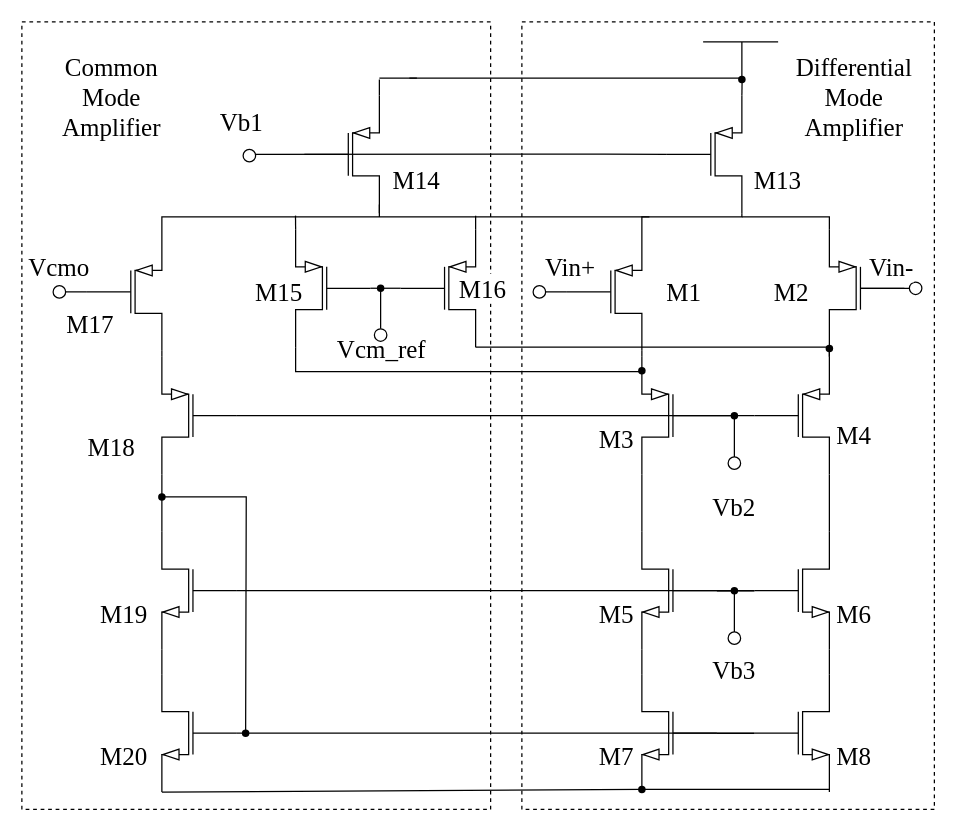
qaz741wsd856/drawi.io keeps this draw.io diagram as miller_cmfb.drawio. Above is the earlier version. Source tidied: cells renumbered, new cells numbered last; positions are measured from the earlier drawing's top-left corner, leaving out a move shared by most shapes. Both pictures are drawn from the tidied source at 125%, with x=0, y=0 at pixel (21, 21).
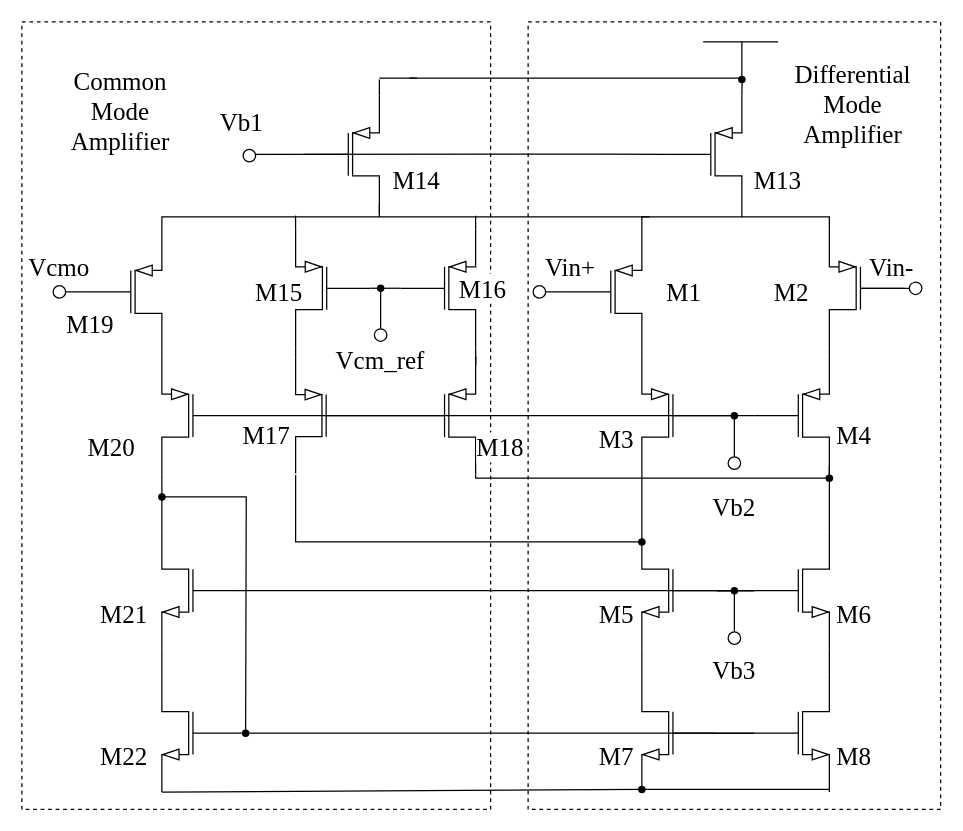
After the change.

Unchanged cells that the change refers to:
```xml
<mxCell id="18" style="verticalLabelPosition=bottom;shadow=0;dashed=0;align=center;html=1;verticalAlign=top;shape=mxgraph.electrical.transistors.pmos;flipV=0;flipH=1;" parent="1" vertex="1">
  <mxGeometry x="496" y="265" width="60" height="100" as="geometry" />
</mxCell>
<mxCell id="20" style="verticalLabelPosition=bottom;shadow=0;dashed=0;align=center;html=1;verticalAlign=top;shape=mxgraph.electrical.transistors.pmos;" parent="1" vertex="1">
  <mxGeometry x="586" y="265" width="60" height="100" as="geometry" />
</mxCell>
<mxCell id="90" style="verticalLabelPosition=bottom;shadow=0;dashed=0;align=center;html=1;verticalAlign=top;shape=mxgraph.electrical.transistors.pmos;" parent="1" vertex="1">
  <mxGeometry x="303" y="163.1" width="60" height="100" as="geometry" />
</mxCell>
<mxCell id="92" style="verticalLabelPosition=bottom;shadow=0;dashed=0;align=center;html=1;verticalAlign=top;shape=mxgraph.electrical.transistors.pmos;flipV=0;flipH=1;" parent="1" vertex="1">
  <mxGeometry x="219" y="163.1" width="60" height="100" as="geometry" />
</mxCell>
```

The edit, as a diff of the source:
```diff
@@
     <mxCell id="3" style="rounded=0;whiteSpace=wrap;html=1;fontFamily=Helvetica;fontSize=11;fontColor=default;labelBackgroundColor=default;fillColor=none;dashed=1;" parent="1" vertex="1">
-      <mxGeometry x="400" width="330" height="630" as="geometry" />
+      <mxGeometry x="405" width="330" height="630" as="geometry" />
     </mxCell>
@@
-    <mxCell id="37" style="edgeStyle=orthogonalEdgeStyle;shape=connector;rounded=0;jettySize=auto;html=1;exitX=1;exitY=1;exitDx=0;exitDy=0;exitPerimeter=0;entryDx=0;entryDy=0;entryPerimeter=0;strokeColor=default;align=center;verticalAlign=middle;fontFamily=Helvetica;fontSize=11;fontColor=default;labelBackgroundColor=default;endArrow=none;endFill=0;" parent="1" edge="1" source="20">
+    <mxCell id="37" style="edgeStyle=orthogonalEdgeStyle;shape=connector;rounded=0;jettySize=auto;html=1;exitDx=0;exitDy=0;exitPerimeter=0;entryDx=0;entryDy=0;entryPerimeter=0;strokeColor=default;align=center;verticalAlign=middle;fontFamily=Helvetica;fontSize=11;fontColor=default;labelBackgroundColor=default;endArrow=none;endFill=0;" parent="1" edge="1" source="119">
       <mxGeometry relative="1" as="geometry">
         <mxPoint x="646" y="380" as="targetPoint" />
       </mxGeometry>
     </mxCell>
@@
-    <mxCell id="80" value="M17" style="text;html=1;align=center;verticalAlign=middle;whiteSpace=wrap;rounded=0;fontFamily=Times New Roman;fontSize=20;fontColor=default;labelBackgroundColor=default;" parent="1" vertex="1">
+    <mxCell id="80" value="M19" style="text;html=1;align=center;verticalAlign=middle;whiteSpace=wrap;rounded=0;fontFamily=Times New Roman;fontSize=20;fontColor=default;labelBackgroundColor=default;" parent="1" vertex="1">
       <mxGeometry x="25" y="225.5" width="60" height="30" as="geometry" />
     </mxCell>
-    <mxCell id="81" value="M18" style="text;html=1;align=center;verticalAlign=middle;whiteSpace=wrap;rounded=0;fontFamily=Times New Roman;fontSize=20;fontColor=default;labelBackgroundColor=default;" parent="1" vertex="1">
+    <mxCell id="81" value="M20" style="text;html=1;align=center;verticalAlign=middle;whiteSpace=wrap;rounded=0;fontFamily=Times New Roman;fontSize=20;fontColor=default;labelBackgroundColor=default;" parent="1" vertex="1">
       <mxGeometry x="42" y="325" width="60" height="30" as="geometry" />
     </mxCell>
-    <mxCell id="82" value="M19" style="text;html=1;align=center;verticalAlign=middle;whiteSpace=wrap;rounded=0;fontFamily=Times New Roman;fontSize=20;fontColor=default;labelBackgroundColor=default;" parent="1" vertex="1">
+    <mxCell id="82" value="M21" style="text;html=1;align=center;verticalAlign=middle;whiteSpace=wrap;rounded=0;fontFamily=Times New Roman;fontSize=20;fontColor=default;labelBackgroundColor=default;" parent="1" vertex="1">
       <mxGeometry x="52" y="458" width="60" height="30" as="geometry" />
     </mxCell>
-    <mxCell id="83" value="M20" style="text;html=1;align=center;verticalAlign=middle;whiteSpace=wrap;rounded=0;fontFamily=Times New Roman;fontSize=20;fontColor=default;labelBackgroundColor=default;" parent="1" vertex="1">
+    <mxCell id="83" value="M22" style="text;html=1;align=center;verticalAlign=middle;whiteSpace=wrap;rounded=0;fontFamily=Times New Roman;fontSize=20;fontColor=default;labelBackgroundColor=default;" parent="1" vertex="1">
       <mxGeometry x="52" y="572" width="60" height="30" as="geometry" />
     </mxCell>
@@
+    <mxCell id="108" style="edgeStyle=orthogonalEdgeStyle;shape=connector;rounded=0;jettySize=auto;html=1;exitX=1;exitY=1;exitDx=0;exitDy=0;exitPerimeter=0;strokeColor=default;align=center;verticalAlign=middle;fontFamily=Helvetica;fontSize=11;fontColor=default;labelBackgroundColor=default;endArrow=none;endFill=0;" parent="1" edge="1" source="90">
+      <mxGeometry relative="1" as="geometry">
+        <mxPoint x="363.1" y="275" as="targetPoint" />
+      </mxGeometry>
+    </mxCell>
@@
-    <mxCell id="93" style="edgeStyle=orthogonalEdgeStyle;shape=connector;rounded=0;jettySize=auto;html=1;exitX=1;exitY=1;exitDx=0;exitDy=0;exitPerimeter=0;entryX=1;entryY=0;entryDx=0;entryDy=0;entryPerimeter=0;strokeColor=default;align=center;verticalAlign=middle;fontFamily=Helvetica;fontSize=11;fontColor=default;labelBackgroundColor=default;endArrow=none;endFill=0;" parent="1" edge="1" source="90" target="20">
-      <mxGeometry relative="1" as="geometry">
-        <Array as="points">
-          <mxPoint x="646" y="260" />
-        </Array>
-      </mxGeometry>
-    </mxCell>
-    <mxCell id="94" style="edgeStyle=orthogonalEdgeStyle;shape=connector;rounded=0;jettySize=auto;html=1;exitX=1;exitY=1;exitDx=0;exitDy=0;exitPerimeter=0;entryX=1.029;entryY=0.127;entryDx=0;entryDy=0;entryPerimeter=0;strokeColor=default;align=center;verticalAlign=middle;fontFamily=Helvetica;fontSize=11;fontColor=default;labelBackgroundColor=default;endArrow=none;endFill=0;" parent="1" edge="1" source="92" target="18">
-      <mxGeometry relative="1" as="geometry">
-        <Array as="points">
-          <mxPoint x="219" y="280" />
-        </Array>
-      </mxGeometry>
-    </mxCell>
-    <mxCell id="95" style="shape=waypoint;sketch=0;fillStyle=solid;size=6;fillColor=none;perimeter=centerPerimeter;fontFamily=Helvetica;fontSize=11;fontColor=default;labelBackgroundColor=default;" parent="1" vertex="1">
-      <mxGeometry x="486" y="269" width="20" height="20" as="geometry" />
-    </mxCell>
-    <mxCell id="96" style="shape=waypoint;sketch=0;fillStyle=solid;size=6;fillColor=none;perimeter=centerPerimeter;fontFamily=Helvetica;fontSize=11;fontColor=default;labelBackgroundColor=default;" parent="1" vertex="1">
-      <mxGeometry x="636" y="251.3" width="20" height="20" as="geometry" />
-    </mxCell>
@@
     <mxCell id="98" value="Vcm_ref" style="text;html=1;align=center;verticalAlign=middle;whiteSpace=wrap;rounded=0;fontFamily=Times New Roman;fontSize=20;fontColor=default;labelBackgroundColor=default;" parent="1" vertex="1">
-      <mxGeometry x="258" y="245.5" width="60" height="30" as="geometry" />
+      <mxGeometry x="241" y="255.5" width="92" height="29.5" as="geometry" />
     </mxCell>
@@
     <mxCell id="105" value="Differential Mode Amplifier" style="text;html=1;align=center;verticalAlign=middle;whiteSpace=wrap;rounded=0;fontFamily=Times New Roman;fontSize=20;fontColor=default;labelBackgroundColor=default;" parent="1" vertex="1">
-      <mxGeometry x="636" y="45" width="60" height="30" as="geometry" />
+      <mxGeometry x="610" y="25" width="110" height="80" as="geometry" />
     </mxCell>
     <mxCell id="106" value="Common Mode Amplifier" style="text;html=1;align=center;verticalAlign=middle;whiteSpace=wrap;rounded=0;fontFamily=Times New Roman;fontSize=20;fontColor=default;labelBackgroundColor=default;" parent="1" vertex="1">
-      <mxGeometry x="42" y="45" width="60" height="30" as="geometry" />
+      <mxGeometry x="25" y="31" width="108" height="80" as="geometry" />
     </mxCell>
@@
+    <mxCell id="109" style="edgeStyle=orthogonalEdgeStyle;shape=connector;rounded=0;orthogonalLoop=1;jettySize=auto;html=1;exitX=1;exitY=1;exitDx=0;exitDy=0;exitPerimeter=0;strokeColor=default;align=center;verticalAlign=middle;fontFamily=Helvetica;fontSize=11;fontColor=default;labelBackgroundColor=default;endArrow=none;endFill=0;entryX=0.999;entryY=0.077;entryDx=0;entryDy=0;entryPerimeter=0;" parent="1" edge="1">
+      <mxGeometry relative="1" as="geometry">
+        <mxPoint x="219" y="362.4" as="sourcePoint" />
+        <mxPoint x="496.1" y="416.1" as="targetPoint" />
+        <Array as="points">
+          <mxPoint x="219" y="416" />
+          <mxPoint x="495" y="416" />
+        </Array>
+      </mxGeometry>
+    </mxCell>
+    <mxCell id="110" style="verticalLabelPosition=bottom;shadow=0;dashed=0;align=center;html=1;verticalAlign=top;shape=mxgraph.electrical.transistors.pmos;flipV=0;flipH=1;" parent="1" vertex="1">
+      <mxGeometry x="219" y="265" width="59" height="100" as="geometry" />
+    </mxCell>
+    <mxCell id="111" style="edgeStyle=orthogonalEdgeStyle;shape=connector;rounded=0;jettySize=auto;html=1;strokeColor=default;align=center;verticalAlign=middle;fontFamily=Helvetica;fontSize=11;fontColor=default;labelBackgroundColor=default;endArrow=none;endFill=0;" parent="1" edge="1" source="113" target="110">
+      <mxGeometry relative="1" as="geometry" />
+    </mxCell>
+    <mxCell id="112" style="edgeStyle=orthogonalEdgeStyle;shape=connector;rounded=0;jettySize=auto;html=1;exitX=1;exitY=1;exitDx=0;exitDy=0;exitPerimeter=0;strokeColor=default;align=center;verticalAlign=middle;fontFamily=Helvetica;fontSize=11;fontColor=default;labelBackgroundColor=default;endArrow=none;endFill=0;" parent="1" edge="1" source="113">
+      <mxGeometry relative="1" as="geometry">
+        <mxPoint x="646" y="355" as="targetPoint" />
+        <Array as="points">
+          <mxPoint x="363" y="365" />
+          <mxPoint x="646" y="365" />
+        </Array>
+      </mxGeometry>
+    </mxCell>
+    <mxCell id="113" style="verticalLabelPosition=bottom;shadow=0;dashed=0;align=center;html=1;verticalAlign=top;shape=mxgraph.electrical.transistors.pmos;" parent="1" vertex="1">
+      <mxGeometry x="303" y="265" width="60" height="100" as="geometry" />
+    </mxCell>
+    <mxCell id="114" style="edgeStyle=orthogonalEdgeStyle;shape=connector;rounded=0;jettySize=auto;html=1;exitX=1;exitY=0;exitDx=0;exitDy=0;exitPerimeter=0;entryX=1;entryY=1;entryDx=0;entryDy=0;entryPerimeter=0;strokeColor=default;align=center;verticalAlign=middle;fontFamily=Helvetica;fontSize=11;fontColor=default;labelBackgroundColor=default;endArrow=none;endFill=0;" parent="1" edge="1" source="113">
+      <mxGeometry relative="1" as="geometry">
+        <mxPoint x="363" y="270" as="targetPoint" />
+      </mxGeometry>
+    </mxCell>
+    <mxCell id="115" value="M17" style="text;html=1;align=center;verticalAlign=middle;whiteSpace=wrap;rounded=0;fontFamily=Times New Roman;fontSize=20;fontColor=default;labelBackgroundColor=default;" parent="1" vertex="1">
+      <mxGeometry x="166" y="315" width="60" height="30" as="geometry" />
+    </mxCell>
+    <mxCell id="116" value="M18" style="text;html=1;align=center;verticalAlign=middle;whiteSpace=wrap;rounded=0;fontFamily=Times New Roman;fontSize=20;fontColor=default;labelBackgroundColor=default;" parent="1" vertex="1">
+      <mxGeometry x="353" y="325" width="60" height="30" as="geometry" />
+    </mxCell>
+    <mxCell id="117" style="edgeStyle=orthogonalEdgeStyle;rounded=0;jettySize=auto;html=1;exitX=1;exitY=0;exitDx=0;exitDy=0;exitPerimeter=0;entryX=1;entryY=1;entryDx=0;entryDy=0;entryPerimeter=0;endArrow=none;endFill=0;" parent="1" edge="1" source="110" target="92">
+      <mxGeometry relative="1" as="geometry" />
+    </mxCell>
+    <mxCell id="118" style="edgeStyle=orthogonalEdgeStyle;shape=connector;rounded=0;jettySize=auto;html=1;exitX=1;exitY=1;exitDx=0;exitDy=0;exitPerimeter=0;entryDx=0;entryDy=0;entryPerimeter=0;strokeColor=default;align=center;verticalAlign=middle;fontFamily=Helvetica;fontSize=11;fontColor=default;labelBackgroundColor=default;endArrow=none;endFill=0;" parent="1" edge="1" source="20" target="119">
+      <mxGeometry relative="1" as="geometry" />
+    </mxCell>
+    <mxCell id="119" style="shape=waypoint;sketch=0;fillStyle=solid;size=6;points=[];fillColor=none;perimeter=centerPerimeter;snapToPoint=1;fontFamily=Helvetica;fontSize=11;fontColor=default;labelBackgroundColor=default;rotation=-90;" parent="1" vertex="1">
+      <mxGeometry x="636" y="355" width="20" height="20" as="geometry" />
+    </mxCell>
+    <mxCell id="120" style="shape=waypoint;sketch=0;fillStyle=solid;size=6;fillColor=none;perimeter=centerPerimeter;fontFamily=Helvetica;fontSize=11;fontColor=default;labelBackgroundColor=default;rotation=-90;" parent="1" vertex="1">
+      <mxGeometry x="486" y="406" width="20" height="20" as="geometry" />
+    </mxCell>
```
